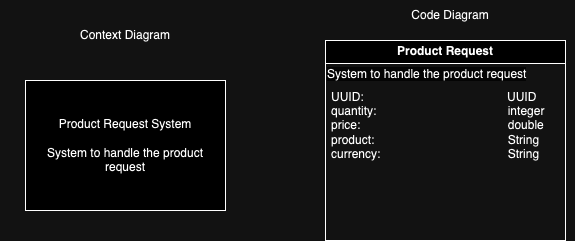
Earlier version of the draw.io export diagram/diagram.png (nandapratama21/module-12-diagram). Source tidied: cells renumbered, new cells last; positions are measured from the earlier drawing's top-left corner, leaving out a move shared by most shapes. The source it was exported from:
```xml
<mxGraphModel>
  <root>
    <mxCell id="0" />
    <mxCell id="1" parent="0" />
    <mxCell id="2" value="Code Diagram" style="text;html=1;align=center;verticalAlign=middle;whiteSpace=wrap;rounded=0;fillColor=none;" parent="1" vertex="1">
      <mxGeometry x="325" width="250" height="30" as="geometry" />
    </mxCell>
    <mxCell id="3" value="&lt;div&gt;Product Request System&lt;/div&gt;&lt;div&gt;&lt;br&gt;&lt;/div&gt;&lt;div&gt;System to handle the product request&lt;br&gt;&lt;/div&gt;" style="rounded=0;whiteSpace=wrap;html=1;" parent="1" vertex="1">
      <mxGeometry x="25" y="80" width="200" height="130" as="geometry" />
    </mxCell>
    <mxCell id="4" value="Product Request" style="swimlane;whiteSpace=wrap;html=1;" parent="1" vertex="1">
      <mxGeometry x="325" y="40" width="240" height="200" as="geometry" />
    </mxCell>
    <mxCell id="5" value="&lt;span style=&quot;color: rgb(0, 0, 0); font-family: Helvetica; font-size: 12px; font-style: normal; font-variant-ligatures: normal; font-variant-caps: normal; font-weight: 400; letter-spacing: normal; orphans: 2; text-align: center; text-indent: 0px; text-transform: none; widows: 2; word-spacing: 0px; -webkit-text-stroke-width: 0px; white-space: normal; background-color: rgb(251, 251, 251); text-decoration-thickness: initial; text-decoration-style: initial; text-decoration-color: initial; display: inline !important; float: none;&quot;&gt;System to handle the product request&lt;/span&gt;" style="text;whiteSpace=wrap;html=1;" parent="4" vertex="1">
      <mxGeometry y="20" width="230" height="40" as="geometry" />
    </mxCell>
    <mxCell id="6" value="UUID:&amp;nbsp; &amp;nbsp; &amp;nbsp; &amp;nbsp; &amp;nbsp; &amp;nbsp; &amp;nbsp; &amp;nbsp; &amp;nbsp; &amp;nbsp; &amp;nbsp; &amp;nbsp; &amp;nbsp; &amp;nbsp; &amp;nbsp; &amp;nbsp; &amp;nbsp; &amp;nbsp; &amp;nbsp; &amp;nbsp; &amp;nbsp; &amp;nbsp;UUID&lt;div&gt;quantity:&lt;span style=&quot;white-space: pre;&quot;&gt;&#9;&lt;/span&gt;&lt;span style=&quot;white-space: pre;&quot;&gt;&#9;&lt;/span&gt;&lt;span style=&quot;white-space: pre;&quot;&gt;&#9;&lt;/span&gt;&lt;span style=&quot;white-space: pre;&quot;&gt;&#9;&lt;/span&gt;&lt;span style=&quot;white-space: pre;&quot;&gt;&#9;&lt;/span&gt;&amp;nbsp; &amp;nbsp; &amp;nbsp;integer&lt;/div&gt;&lt;div&gt;price:&lt;span style=&quot;white-space: pre;&quot;&gt;&#9;&lt;/span&gt;&lt;span style=&quot;white-space: pre;&quot;&gt;&#9;&lt;/span&gt;&lt;span style=&quot;white-space: pre;&quot;&gt;&#9;&lt;/span&gt;&lt;span style=&quot;white-space: pre;&quot;&gt;&#9;&lt;/span&gt;&lt;span style=&quot;white-space: pre;&quot;&gt;&#9;     double&lt;/span&gt;&lt;/div&gt;&lt;div&gt;product:&lt;span style=&quot;white-space: pre;&quot;&gt;&#9;&lt;/span&gt;&lt;span style=&quot;white-space: pre;&quot;&gt;&#9;&lt;/span&gt;&lt;span style=&quot;white-space: pre;&quot;&gt;&#9;&lt;/span&gt;&lt;span style=&quot;white-space: pre;&quot;&gt;&#9;&lt;/span&gt;&lt;span style=&quot;white-space: pre;&quot;&gt;&#9;&lt;/span&gt;&amp;nbsp; &amp;nbsp; &amp;nbsp;String&lt;/div&gt;&lt;div&gt;currency:&lt;span style=&quot;white-space: pre;&quot;&gt;&#9;&lt;/span&gt;&lt;span style=&quot;white-space: pre;&quot;&gt;&#9;&lt;/span&gt;&lt;span style=&quot;white-space: pre;&quot;&gt;&#9;&lt;/span&gt;&lt;span style=&quot;white-space: pre;&quot;&gt;&#9;&lt;/span&gt;&lt;span style=&quot;white-space: pre;&quot;&gt;&#9;&lt;/span&gt;&amp;nbsp; &amp;nbsp; &amp;nbsp;String&lt;/div&gt;" style="text;html=1;align=left;verticalAlign=middle;strokeColor=none;fillColor=none;" parent="4" vertex="1">
      <mxGeometry x="4" y="40" width="240" height="90" as="geometry" />
    </mxCell>
    <mxCell id="7" value="Context Diagram" style="text;html=1;align=center;verticalAlign=middle;whiteSpace=wrap;rounded=0;fillColor=none;" parent="1" vertex="1">
      <mxGeometry y="20" width="250" height="30" as="geometry" />
    </mxCell>
  </root>
</mxGraphModel>
```
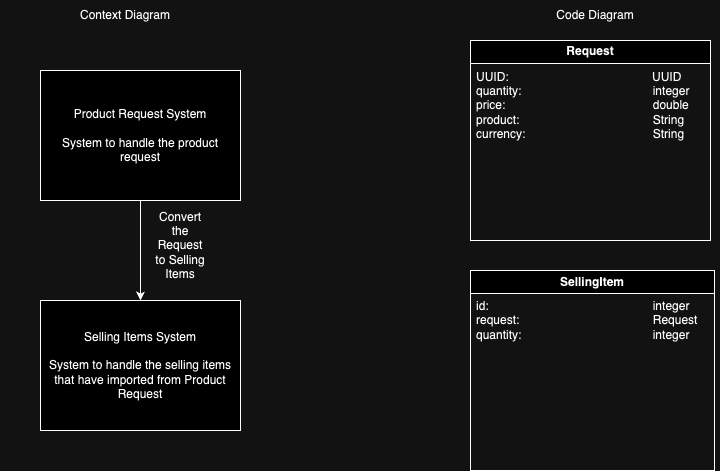
After the commit.

What changed in the source:
```diff
@@ -2,23 +2,35 @@
   <root>
     <mxCell id="0" />
     <mxCell id="1" parent="0" />
-    <mxCell id="2" value="Code Diagram" style="text;html=1;align=center;verticalAlign=middle;whiteSpace=wrap;rounded=0;fillColor=none;" parent="1" vertex="1">
-      <mxGeometry x="325" width="250" height="30" as="geometry" />
+    <mxCell id="2" value="Context Diagram" style="text;html=1;align=center;verticalAlign=middle;whiteSpace=wrap;rounded=0;fillColor=none;" parent="1" vertex="1">
+      <mxGeometry x="285" y="20" width="250" height="30" as="geometry" />
     </mxCell>
+    <mxCell id="8" style="edgeStyle=orthogonalEdgeStyle;rounded=0;jettySize=auto;html=1;exitX=0.5;exitY=1;exitDx=0;exitDy=0;entryX=0.5;entryY=0;entryDx=0;entryDy=0;" parent="1" edge="1" source="9" target="3">
+      <mxGeometry relative="1" as="geometry" />
+    </mxCell>
+    <mxCell id="9" value="Product Request System&lt;div&gt;&lt;br&gt;&lt;/div&gt;&lt;div&gt;System to handle the product request&lt;/div&gt;" style="rounded=0;whiteSpace=wrap;html=1;" parent="1" vertex="1">
+      <mxGeometry x="325" y="90" width="200" height="130" as="geometry" />
+    </mxCell>
-    <mxCell id="3" value="&lt;div&gt;Product Request System&lt;/div&gt;&lt;div&gt;&lt;br&gt;&lt;/div&gt;&lt;div&gt;System to handle the product request&lt;br&gt;&lt;/div&gt;" style="rounded=0;whiteSpace=wrap;html=1;" parent="1" vertex="1">
-      <mxGeometry x="25" y="80" width="200" height="130" as="geometry" />
+    <mxCell id="3" value="&lt;div&gt;Selling Items System&lt;/div&gt;&lt;div&gt;&lt;br&gt;&lt;/div&gt;&lt;div&gt;System to handle the selling items that have imported from Product Request&lt;/div&gt;" style="rounded=0;whiteSpace=wrap;html=1;" parent="1" vertex="1">
+      <mxGeometry x="325" y="320" width="200" height="130" as="geometry" />
     </mxCell>
-    <mxCell id="4" value="Product Request" style="swimlane;whiteSpace=wrap;html=1;" parent="1" vertex="1">
-      <mxGeometry x="325" y="40" width="240" height="200" as="geometry" />
-    </mxCell>
-    <mxCell id="5" value="&lt;span style=&quot;color: rgb(0, 0, 0); font-family: Helvetica; font-size: 12px; font-style: normal; font-variant-ligatures: normal; font-variant-caps: normal; font-weight: 400; letter-spacing: normal; orphans: 2; text-align: center; text-indent: 0px; text-transform: none; widows: 2; word-spacing: 0px; -webkit-text-stroke-width: 0px; white-space: normal; background-color: rgb(251, 251, 251); text-decoration-thickness: initial; text-decoration-style: initial; text-decoration-color: initial; display: inline !important; float: none;&quot;&gt;System to handle the product request&lt;/span&gt;" style="text;whiteSpace=wrap;html=1;" parent="4" vertex="1">
-      <mxGeometry y="20" width="230" height="40" as="geometry" />
-    </mxCell>
+    <mxCell id="10" value="Convert the Request to Selling Items" style="text;html=1;align=center;verticalAlign=middle;whiteSpace=wrap;rounded=0;" parent="1" vertex="1">
+      <mxGeometry x="435" y="250" width="60" height="30" as="geometry" />
+    </mxCell>
+    <mxCell id="11" value="Code Diagram" style="text;html=1;align=center;verticalAlign=middle;whiteSpace=wrap;rounded=0;fillColor=none;" parent="1" vertex="1">
+      <mxGeometry x="755" y="20" width="250" height="30" as="geometry" />
+    </mxCell>
+    <mxCell id="12" value="Request" style="swimlane;whiteSpace=wrap;html=1;" parent="1" vertex="1">
+      <mxGeometry x="755" y="60" width="240" height="200" as="geometry" />
+    </mxCell>
-    <mxCell id="6" value="UUID:&amp;nbsp; &amp;nbsp; &amp;nbsp; &amp;nbsp; &amp;nbsp; &amp;nbsp; &amp;nbsp; &amp;nbsp; &amp;nbsp; &amp;nbsp; &amp;nbsp; &amp;nbsp; &amp;nbsp; &amp;nbsp; &amp;nbsp; &amp;nbsp; &amp;nbsp; &amp;nbsp; &amp;nbsp; &amp;nbsp; &amp;nbsp; &amp;nbsp;UUID&lt;div&gt;quantity:&lt;span style=&quot;white-space: pre;&quot;&gt;&#9;&lt;/span&gt;&lt;span style=&quot;white-space: pre;&quot;&gt;&#9;&lt;/span&gt;&lt;span style=&quot;white-space: pre;&quot;&gt;&#9;&lt;/span&gt;&lt;span style=&quot;white-space: pre;&quot;&gt;&#9;&lt;/span&gt;&lt;span style=&quot;white-space: pre;&quot;&gt;&#9;&lt;/span&gt;&amp;nbsp; &amp;nbsp; &amp;nbsp;integer&lt;/div&gt;&lt;div&gt;price:&lt;span style=&quot;white-space: pre;&quot;&gt;&#9;&lt;/span&gt;&lt;span style=&quot;white-space: pre;&quot;&gt;&#9;&lt;/span&gt;&lt;span style=&quot;white-space: pre;&quot;&gt;&#9;&lt;/span&gt;&lt;span style=&quot;white-space: pre;&quot;&gt;&#9;&lt;/span&gt;&lt;span style=&quot;white-space: pre;&quot;&gt;&#9;     double&lt;/span&gt;&lt;/div&gt;&lt;div&gt;product:&lt;span style=&quot;white-space: pre;&quot;&gt;&#9;&lt;/span&gt;&lt;span style=&quot;white-space: pre;&quot;&gt;&#9;&lt;/span&gt;&lt;span style=&quot;white-space: pre;&quot;&gt;&#9;&lt;/span&gt;&lt;span style=&quot;white-space: pre;&quot;&gt;&#9;&lt;/span&gt;&lt;span style=&quot;white-space: pre;&quot;&gt;&#9;&lt;/span&gt;&amp;nbsp; &amp;nbsp; &amp;nbsp;String&lt;/div&gt;&lt;div&gt;currency:&lt;span style=&quot;white-space: pre;&quot;&gt;&#9;&lt;/span&gt;&lt;span style=&quot;white-space: pre;&quot;&gt;&#9;&lt;/span&gt;&lt;span style=&quot;white-space: pre;&quot;&gt;&#9;&lt;/span&gt;&lt;span style=&quot;white-space: pre;&quot;&gt;&#9;&lt;/span&gt;&lt;span style=&quot;white-space: pre;&quot;&gt;&#9;&lt;/span&gt;&amp;nbsp; &amp;nbsp; &amp;nbsp;String&lt;/div&gt;" style="text;html=1;align=left;verticalAlign=middle;strokeColor=none;fillColor=none;" parent="4" vertex="1">
-      <mxGeometry x="4" y="40" width="240" height="90" as="geometry" />
+    <mxCell id="6" value="UUID:&amp;nbsp; &amp;nbsp; &amp;nbsp; &amp;nbsp; &amp;nbsp; &amp;nbsp; &amp;nbsp; &amp;nbsp; &amp;nbsp; &amp;nbsp; &amp;nbsp; &amp;nbsp; &amp;nbsp; &amp;nbsp; &amp;nbsp; &amp;nbsp; &amp;nbsp; &amp;nbsp; &amp;nbsp; &amp;nbsp; &amp;nbsp; &amp;nbsp;UUID&lt;div&gt;quantity:&lt;span style=&quot;white-space: pre;&quot;&gt;&#9;&lt;/span&gt;&lt;span style=&quot;white-space: pre;&quot;&gt;&#9;&lt;/span&gt;&lt;span style=&quot;white-space: pre;&quot;&gt;&#9;&lt;/span&gt;&lt;span style=&quot;white-space: pre;&quot;&gt;&#9;&lt;/span&gt;&lt;span style=&quot;white-space: pre;&quot;&gt;&#9;&lt;/span&gt;&amp;nbsp; &amp;nbsp; &amp;nbsp;integer&lt;/div&gt;&lt;div&gt;price:&lt;span style=&quot;white-space: pre;&quot;&gt;&#9;&lt;/span&gt;&lt;span style=&quot;white-space: pre;&quot;&gt;&#9;&lt;/span&gt;&lt;span style=&quot;white-space: pre;&quot;&gt;&#9;&lt;/span&gt;&lt;span style=&quot;white-space: pre;&quot;&gt;&#9;&lt;/span&gt;&lt;span style=&quot;white-space: pre;&quot;&gt;&#9;     double&lt;/span&gt;&lt;/div&gt;&lt;div&gt;product:&lt;span style=&quot;white-space: pre;&quot;&gt;&#9;&lt;/span&gt;&lt;span style=&quot;white-space: pre;&quot;&gt;&#9;&lt;/span&gt;&lt;span style=&quot;white-space: pre;&quot;&gt;&#9;&lt;/span&gt;&lt;span style=&quot;white-space: pre;&quot;&gt;&#9;&lt;/span&gt;&lt;span style=&quot;white-space: pre;&quot;&gt;&#9;&lt;/span&gt;&amp;nbsp; &amp;nbsp; &amp;nbsp;String&lt;/div&gt;&lt;div&gt;currency:&lt;span style=&quot;white-space: pre;&quot;&gt;&#9;&lt;/span&gt;&lt;span style=&quot;white-space: pre;&quot;&gt;&#9;&lt;/span&gt;&lt;span style=&quot;white-space: pre;&quot;&gt;&#9;&lt;/span&gt;&lt;span style=&quot;white-space: pre;&quot;&gt;&#9;&lt;/span&gt;&lt;span style=&quot;white-space: pre;&quot;&gt;&#9;&lt;/span&gt;&amp;nbsp; &amp;nbsp; &amp;nbsp;String&lt;/div&gt;" style="text;html=1;align=left;verticalAlign=middle;strokeColor=none;fillColor=none;" parent="12" vertex="1">
+      <mxGeometry x="4" y="20" width="240" height="90" as="geometry" />
     </mxCell>
-    <mxCell id="7" value="Context Diagram" style="text;html=1;align=center;verticalAlign=middle;whiteSpace=wrap;rounded=0;fillColor=none;" parent="1" vertex="1">
-      <mxGeometry y="20" width="250" height="30" as="geometry" />
-    </mxCell>
+    <mxCell id="13" value="SellingItem" style="swimlane;whiteSpace=wrap;html=1;" parent="1" vertex="1">
+      <mxGeometry x="755" y="290" width="244" height="200" as="geometry" />
+    </mxCell>
+    <mxCell id="14" value="id:&lt;span style=&quot;white-space: pre;&quot;&gt;&#9;&lt;/span&gt;&lt;span style=&quot;white-space: pre;&quot;&gt;&#9;&lt;/span&gt;&lt;span style=&quot;white-space: pre;&quot;&gt;&#9;&lt;/span&gt;&lt;span style=&quot;white-space: pre;&quot;&gt;&#9;&lt;/span&gt;&lt;span style=&quot;white-space: pre;&quot;&gt;&#9;&lt;/span&gt;&lt;span style=&quot;white-space: pre;&quot;&gt;&#9;&lt;/span&gt;&amp;nbsp; &amp;nbsp; &amp;nbsp;integer&amp;nbsp;&lt;div&gt;request:&amp;nbsp; &amp;nbsp; &amp;nbsp; &amp;nbsp; &amp;nbsp; &amp;nbsp; &amp;nbsp; &amp;nbsp; &amp;nbsp; &amp;nbsp; &amp;nbsp; &amp;nbsp; &amp;nbsp; &amp;nbsp; &amp;nbsp; &amp;nbsp; &amp;nbsp; &amp;nbsp; &amp;nbsp; &amp;nbsp; Request&lt;div&gt;quantity:&lt;span style=&quot;white-space: pre;&quot;&gt;&#9;&lt;/span&gt;&lt;span style=&quot;white-space: pre;&quot;&gt;&#9;&lt;/span&gt;&lt;span style=&quot;white-space: pre;&quot;&gt;&#9;&lt;/span&gt;&lt;span style=&quot;white-space: pre;&quot;&gt;&#9;&lt;/span&gt;&lt;span style=&quot;white-space: pre;&quot;&gt;&#9;&lt;/span&gt;&amp;nbsp; &amp;nbsp; &amp;nbsp;integer&lt;/div&gt;&lt;/div&gt;" style="text;html=1;align=left;verticalAlign=middle;strokeColor=none;fillColor=none;" parent="13" vertex="1">
+      <mxGeometry x="4" y="20" width="240" height="60" as="geometry" />
+    </mxCell>
   </root>
 </mxGraphModel>
```
